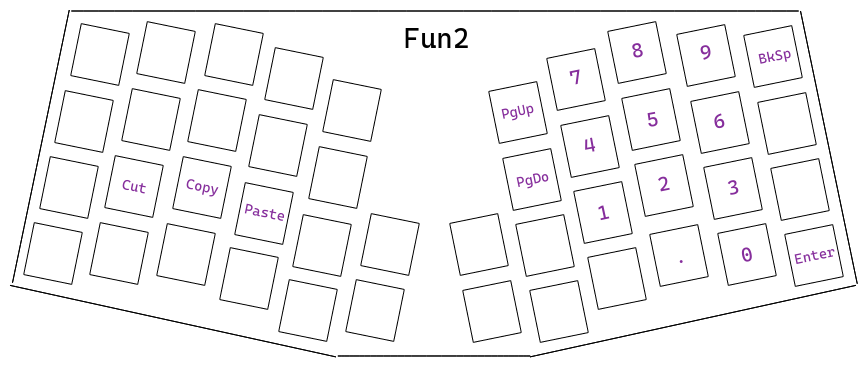
This is layers/3-fun2.png from lobre/atreus-bepo, a Excalidraw export, as it was before one commit. Source tidied: one line per element, renumbered; positions are measured from the earlier drawing's top-left corner, leaving out a move shared by most shapes.
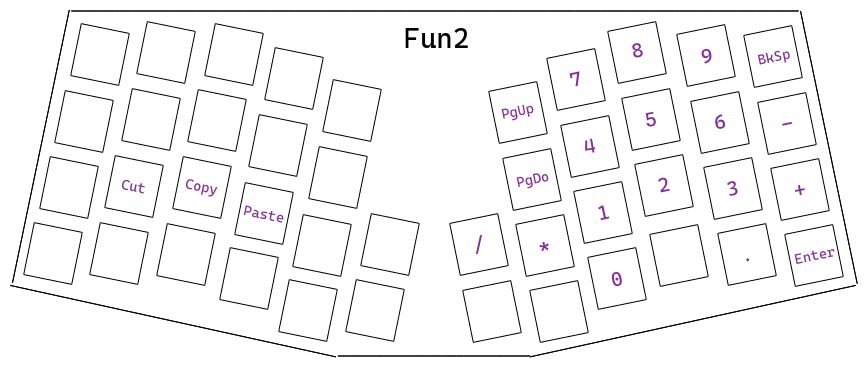
Later version of the same file.

What changed in the source:
```diff
@@ -48,22 +48,26 @@
 {"id": 47, "type": "line", "strokeColor": "#000000", "strokeWidth": 1, "roughness": 0, "x": 791, "y": 1, "width": 57, "height": 273, "points": [[0, 0], [57, 273]]}
 {"id": 48, "type": "line", "strokeColor": "#000000", "strokeWidth": 1, "roughness": 0, "x": 326, "y": 347, "width": 326, "height": 72, "points": [[0, 0], [-326, -72]]}
 {"id": 49, "type": "line", "strokeColor": "#000000", "strokeWidth": 1, "roughness": 0, "x": 59, "y": 0, "width": 57, "height": 273, "points": [[0, 0], [-57, 273]]}
-{"id": 50, "type": "text", "text": "7", "strokeColor": "#862e9c", "angle": 6.08, "strokeWidth": 1, "roughness": 1, "fontSize": 20, "fontFamily": 3, "x": 560, "y": 55, "width": 12, "height": 24}
+{"id": 50, "type": "text", "text": "7", "strokeColor": "#862e9c", "angle": 6.08, "strokeWidth": 1, "roughness": 1, "fontSize": 20, "fontFamily": 3, "x": 560, "y": 57, "width": 12, "height": 24}
 {"id": 51, "type": "text", "text": "8", "strokeColor": "#862e9c", "angle": 6.08, "strokeWidth": 1, "roughness": 1, "fontSize": 20, "fontFamily": 3, "x": 622, "y": 28, "width": 12, "height": 24}
-{"id": 52, "type": "text", "text": "9", "strokeColor": "#862e9c", "angle": 6.08, "strokeWidth": 1, "roughness": 1, "fontSize": 20, "fontFamily": 3, "x": 690, "y": 30, "width": 12, "height": 24}
+{"id": 52, "type": "text", "text": "9", "strokeColor": "#862e9c", "angle": 6.08, "strokeWidth": 1, "roughness": 1, "fontSize": 20, "fontFamily": 3, "x": 691, "y": 34, "width": 12, "height": 24}
-{"id": 53, "type": "text", "text": "4", "strokeColor": "#862e9c", "angle": 6.1, "strokeWidth": 1, "roughness": 1, "fontSize": 20, "fontFamily": 3, "x": 574, "y": 123, "width": 12, "height": 24}
+{"id": 53, "type": "text", "text": "4", "strokeColor": "#862e9c", "angle": 6.1, "strokeWidth": 1, "roughness": 1, "fontSize": 20, "fontFamily": 3, "x": 574, "y": 124, "width": 12, "height": 24}
-{"id": 54, "type": "text", "text": "5", "strokeColor": "#862e9c", "angle": 6.1, "strokeWidth": 1, "roughness": 1, "fontSize": 20, "fontFamily": 3, "x": 636, "y": 97, "width": 12, "height": 24}
+{"id": 54, "type": "text", "text": "5", "strokeColor": "#862e9c", "angle": 6.1, "strokeWidth": 1, "roughness": 1, "fontSize": 20, "fontFamily": 3, "x": 635, "y": 97, "width": 12, "height": 24}
-{"id": 55, "type": "text", "text": "6", "strokeColor": "#862e9c", "angle": 6.07, "strokeWidth": 1, "roughness": 1, "fontSize": 20, "fontFamily": 3, "x": 703, "y": 99, "width": 12, "height": 24}
+{"id": 55, "type": "text", "text": "6", "strokeColor": "#862e9c", "angle": 6.07, "strokeWidth": 1, "roughness": 1, "fontSize": 20, "fontFamily": 3, "x": 704, "y": 100, "width": 12, "height": 24}
-{"id": 56, "type": "text", "text": "3", "strokeColor": "#862e9c", "angle": 6.08, "strokeWidth": 1, "roughness": 1, "fontSize": 20, "fontFamily": 3, "x": 718, "y": 165, "width": 12, "height": 24}
+{"id": 69, "type": "text", "text": "3", "strokeColor": "#862e9c", "angle": 6.08, "strokeWidth": 1, "roughness": 1, "fontSize": 20, "fontFamily": 3, "x": 717, "y": 166, "width": 12, "height": 24}
-{"id": 57, "type": "text", "text": "2", "strokeColor": "#862e9c", "angle": 6.08, "strokeWidth": 1, "roughness": 1, "fontSize": 20, "fontFamily": 3, "x": 648, "y": 162, "width": 12, "height": 24}
+{"id": 57, "type": "text", "text": "2", "strokeColor": "#862e9c", "angle": 6.08, "strokeWidth": 1, "roughness": 1, "fontSize": 20, "fontFamily": 3, "x": 648, "y": 163, "width": 12, "height": 24}
 {"id": 58, "type": "text", "text": "1", "strokeColor": "#862e9c", "angle": 6.07, "strokeWidth": 1, "roughness": 1, "fontSize": 20, "fontFamily": 3, "x": 588, "y": 190, "width": 12, "height": 24}
-{"id": 59, "type": "text", "text": "Cut", "strokeColor": "#862e9c", "angle": 0.2, "strokeWidth": 1, "roughness": 1, "fontSize": 14.07, "fontFamily": 3, "x": 112, "y": 167, "width": 25, "height": 17}
+{"id": 59, "type": "text", "text": "Cut", "strokeColor": "#862e9c", "angle": 0.2, "strokeWidth": 1, "roughness": 1, "fontSize": 14.07, "fontFamily": 3, "x": 111, "y": 167, "width": 25, "height": 17}
 {"id": 60, "type": "text", "text": "Fun2", "strokeColor": "#000000", "strokeWidth": 1, "strokeStyle": "dashed", "roughness": 0, "fontSize": 28, "fontFamily": 3, "x": 393, "y": 11, "width": 66, "height": 34}
-{"id": 61, "type": "text", "text": "BkSp", "strokeColor": "#862e9c", "angle": 6.08, "strokeWidth": 1, "roughness": 1, "fontSize": 14.07, "fontFamily": 3, "x": 748, "y": 37, "width": 33, "height": 17}
+{"id": 61, "type": "text", "text": "BkSp", "strokeColor": "#862e9c", "angle": 6.08, "strokeWidth": 1, "roughness": 1, "fontSize": 14.07, "fontFamily": 3, "x": 747, "y": 38, "width": 33, "height": 17}
 {"id": 62, "type": "text", "text": "PgUp", "strokeColor": "#862e9c", "angle": 6.08, "strokeWidth": 1, "roughness": 1, "fontSize": 14.07, "fontFamily": 3, "x": 491, "y": 92, "width": 33, "height": 17}
 {"id": 63, "type": "text", "text": "PgDo", "strokeColor": "#862e9c", "angle": 6.08, "strokeWidth": 1, "roughness": 1, "fontSize": 14.07, "fontFamily": 3, "x": 506, "y": 160, "width": 33, "height": 17}
-{"id": 64, "type": "text", "text": ".", "strokeColor": "#862e9c", "angle": 6.07, "strokeWidth": 1, "roughness": 1, "fontSize": 20, "fontFamily": 3, "x": 664, "y": 234, "width": 12, "height": 24}
+{"id": 64, "type": "text", "text": ".", "strokeColor": "#862e9c", "angle": 6.07, "strokeWidth": 1, "roughness": 1, "fontSize": 20, "fontFamily": 3, "x": 731, "y": 232, "width": 12, "height": 24}
-{"id": 65, "type": "text", "text": "0", "strokeColor": "#862e9c", "angle": 6.08, "strokeWidth": 1, "roughness": 1, "fontSize": 20, "fontFamily": 3, "x": 731, "y": 232, "width": 12, "height": 24}
+{"id": 65, "type": "text", "text": "0", "strokeColor": "#862e9c", "angle": 6.08, "strokeWidth": 1, "roughness": 1, "fontSize": 20, "fontFamily": 3, "x": 601, "y": 257, "width": 12, "height": 24}
-{"id": 66, "type": "text", "text": "Copy", "strokeColor": "#862e9c", "angle": 0.2, "strokeWidth": 1, "roughness": 1, "fontSize": 14.07, "fontFamily": 3, "x": 176, "y": 167, "width": 33, "height": 17}
+{"id": 66, "type": "text", "text": "Copy", "strokeColor": "#862e9c", "angle": 0.2, "strokeWidth": 1, "roughness": 1, "fontSize": 14.07, "fontFamily": 3, "x": 175, "y": 167, "width": 33, "height": 17}
-{"id": 67, "type": "text", "text": "Paste", "strokeColor": "#862e9c", "angle": 0.2, "strokeWidth": 1, "roughness": 1, "fontSize": 14.07, "fontFamily": 3, "x": 234, "y": 193, "width": 41, "height": 17}
+{"id": 67, "type": "text", "text": "Paste", "strokeColor": "#862e9c", "angle": 0.2, "strokeWidth": 1, "roughness": 1, "fontSize": 14.07, "fontFamily": 3, "x": 234, "y": 195, "width": 41, "height": 17}
 {"id": 68, "type": "text", "text": "Enter", "strokeColor": "#862e9c", "angle": 6.08, "strokeWidth": 1, "roughness": 1, "fontSize": 14.07, "fontFamily": 3, "x": 784, "y": 236, "width": 41, "height": 17}
+{"id": 70, "type": "text", "text": "+", "strokeColor": "#862e9c", "angle": 6.08, "strokeWidth": 1, "roughness": 1, "fontSize": 20, "fontFamily": 3, "x": 784, "y": 168, "width": 12, "height": 24}
+{"id": 56, "type": "text", "text": "-", "strokeColor": "#862e9c", "angle": 6.08, "strokeWidth": 1, "roughness": 1, "fontSize": 20, "fontFamily": 3, "x": 771, "y": 102, "width": 12, "height": 24}
+{"id": 71, "type": "text", "text": "*", "strokeColor": "#862e9c", "angle": 6.08, "strokeWidth": 1, "roughness": 1, "fontSize": 20, "fontFamily": 3, "x": 528, "y": 224, "width": 12, "height": 24}
+{"id": 72, "type": "text", "text": "/", "strokeColor": "#862e9c", "angle": 6.08, "strokeWidth": 1, "roughness": 1, "fontSize": 20, "fontFamily": 3, "x": 463, "y": 223, "width": 12, "height": 24}
```
